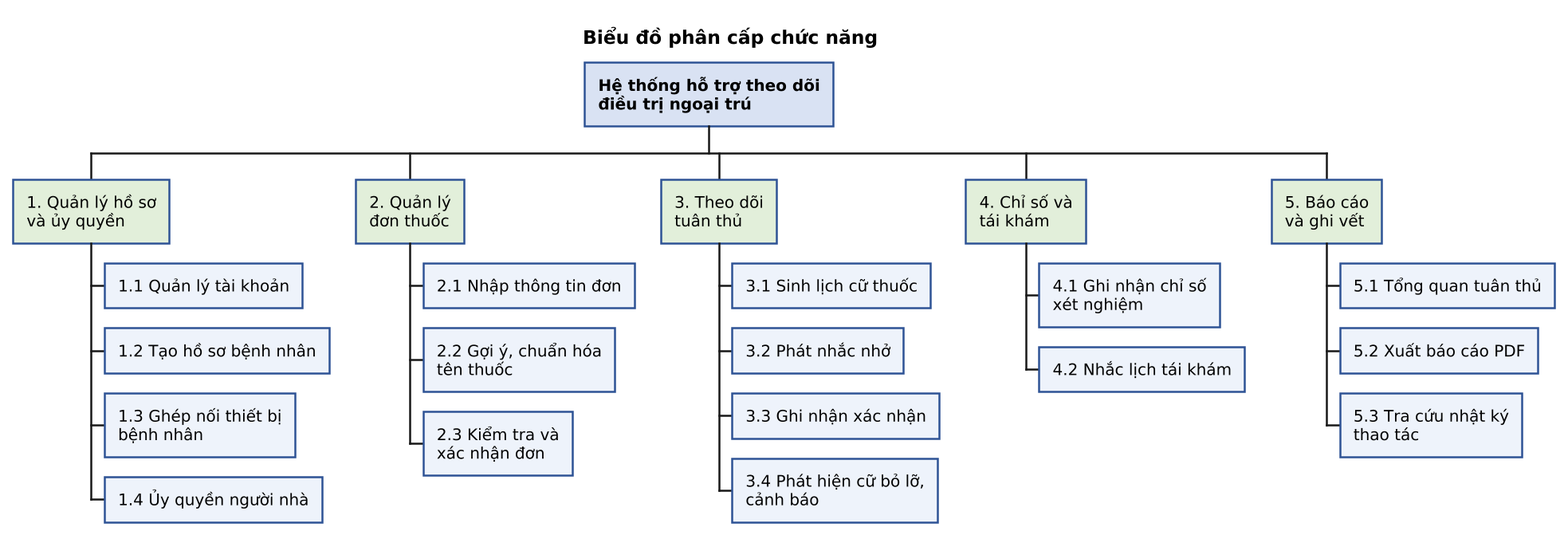
Earlier version of the PlantUML export docs/architecture/BPC.png (bblizzardd/KTPMUD). The source it was exported from:
```plantuml
@startwbs BPC
skinparamlocked dpi 160
<style>
wbsDiagram {
  FontName DejaVu Sans
  FontSize 12
  node { BackgroundColor #EEF3FB
    LineColor #2E5395 }
  :depth(0) { BackgroundColor #D9E2F3
    FontStyle bold }
  :depth(1) { BackgroundColor #E2EFDA }
}
</style>
title Biểu đồ phân cấp chức năng
* Hệ thống hỗ trợ theo dõi\nđiều trị ngoại trú
** 1. Quản lý hồ sơ\nvà ủy quyền
*** 1.1 Quản lý tài khoản
*** 1.2 Tạo hồ sơ bệnh nhân
*** 1.3 Ghép nối thiết bị\nbệnh nhân
*** 1.4 Ủy quyền người nhà
** 2. Quản lý\nđơn thuốc
*** 2.1 Nhập thông tin đơn
*** 2.2 Gợi ý, chuẩn hóa\ntên thuốc
*** 2.3 Kiểm tra và\nxác nhận đơn
** 3. Theo dõi\ntuân thủ
*** 3.1 Sinh lịch cữ thuốc
*** 3.2 Phát nhắc nhở
*** 3.3 Ghi nhận xác nhận
*** 3.4 Phát hiện cữ bỏ lỡ,\ncảnh báo
** 4. Chỉ số và\ntái khám
*** 4.1 Ghi nhận chỉ số\nxét nghiệm
*** 4.2 Nhắc lịch tái khám
** 5. Báo cáo\nvà ghi vết
*** 5.1 Tổng quan tuân thủ
*** 5.2 Xuất báo cáo PDF
*** 5.3 Tra cứu nhật ký\nthao tác
@endwbs
```
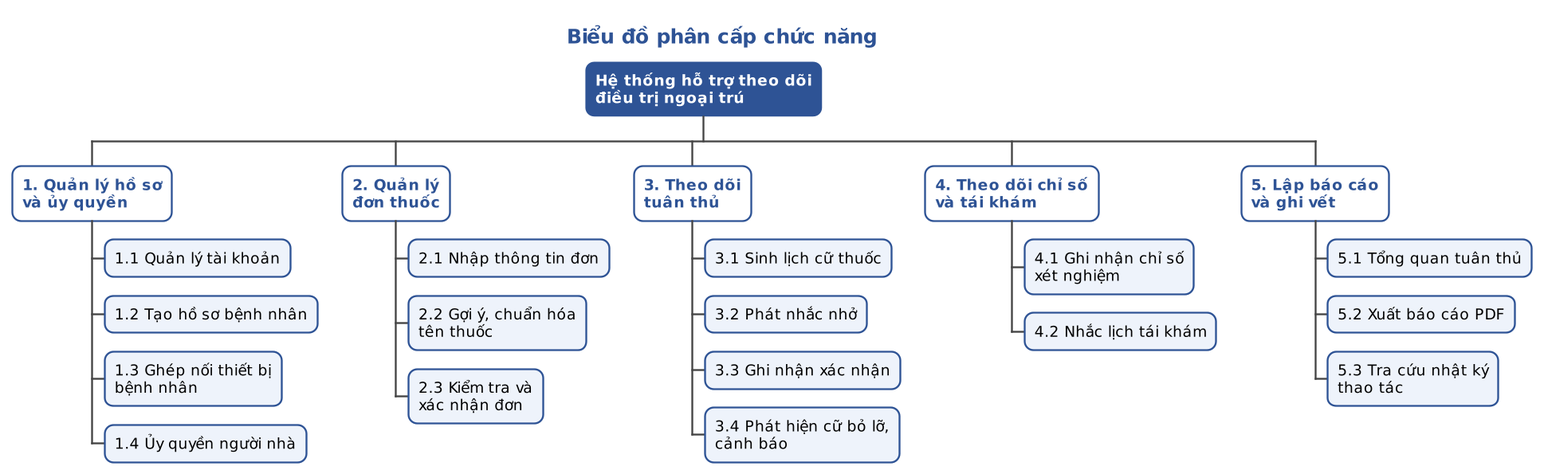
The same diagram one commit later.

The edit, as a diff of the source:
```diff
@@ -1,16 +1,34 @@
 @startwbs BPC
-skinparamlocked dpi 160
 <style>
 wbsDiagram {
   FontName DejaVu Sans
   FontSize 12
-  node { BackgroundColor #EEF3FB
-    LineColor #2E5395 }
-  :depth(0) { BackgroundColor #D9E2F3
-    FontStyle bold }
-  :depth(1) { BackgroundColor #E2EFDA }
+  LineColor #444444
+  node {
+    BackgroundColor #EEF3FB
+    LineColor #2E5395
+    RoundCorner 14
+    Padding 8
+  }
+  :depth(0) {
+    BackgroundColor #2E5395
+    FontColor #FFFFFF
+    FontStyle bold
+  }
+  :depth(1) {
+    BackgroundColor #FFFFFF
+    FontStyle bold
+    FontColor #2E5395
+  }
+}
+title {
+  FontName DejaVu Sans
+  FontSize 16
+  FontStyle bold
+  FontColor #2E5395
 }
 </style>
+skinparam dpi 150
 title Biểu đồ phân cấp chức năng
 * Hệ thống hỗ trợ theo dõi\nđiều trị ngoại trú
 ** 1. Quản lý hồ sơ\nvà ủy quyền
@@ -27,10 +45,10 @@
 *** 3.2 Phát nhắc nhở
 *** 3.3 Ghi nhận xác nhận
 *** 3.4 Phát hiện cữ bỏ lỡ,\ncảnh báo
-** 4. Chỉ số và\ntái khám
+** 4. Theo dõi chỉ số\nvà tái khám
 *** 4.1 Ghi nhận chỉ số\nxét nghiệm
 *** 4.2 Nhắc lịch tái khám
-** 5. Báo cáo\nvà ghi vết
+** 5. Lập báo cáo\nvà ghi vết
 *** 5.1 Tổng quan tuân thủ
 *** 5.2 Xuất báo cáo PDF
 *** 5.3 Tra cứu nhật ký\nthao tác
```
